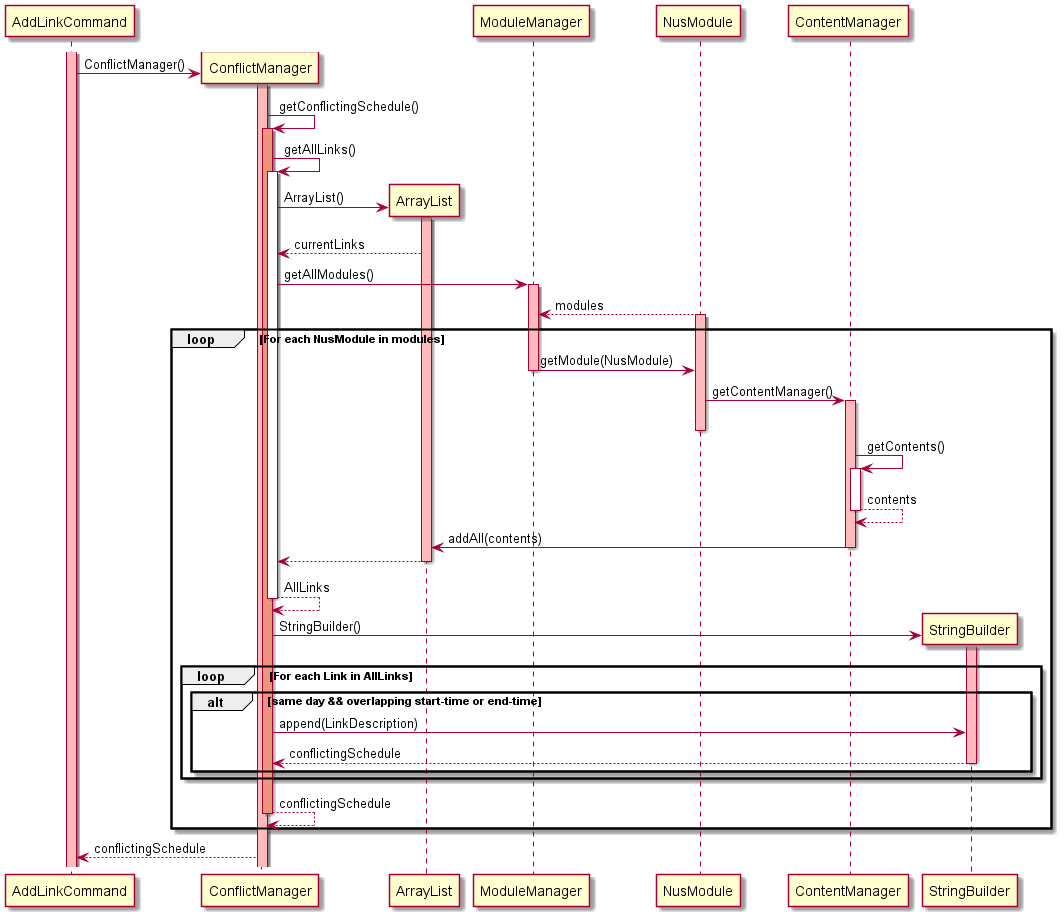
This is docs/attachments/ConflictManagerSequenceDiagram.png from nus-cs2113-AY2122S1/tp, a PlantUML export, as it was before one commit.
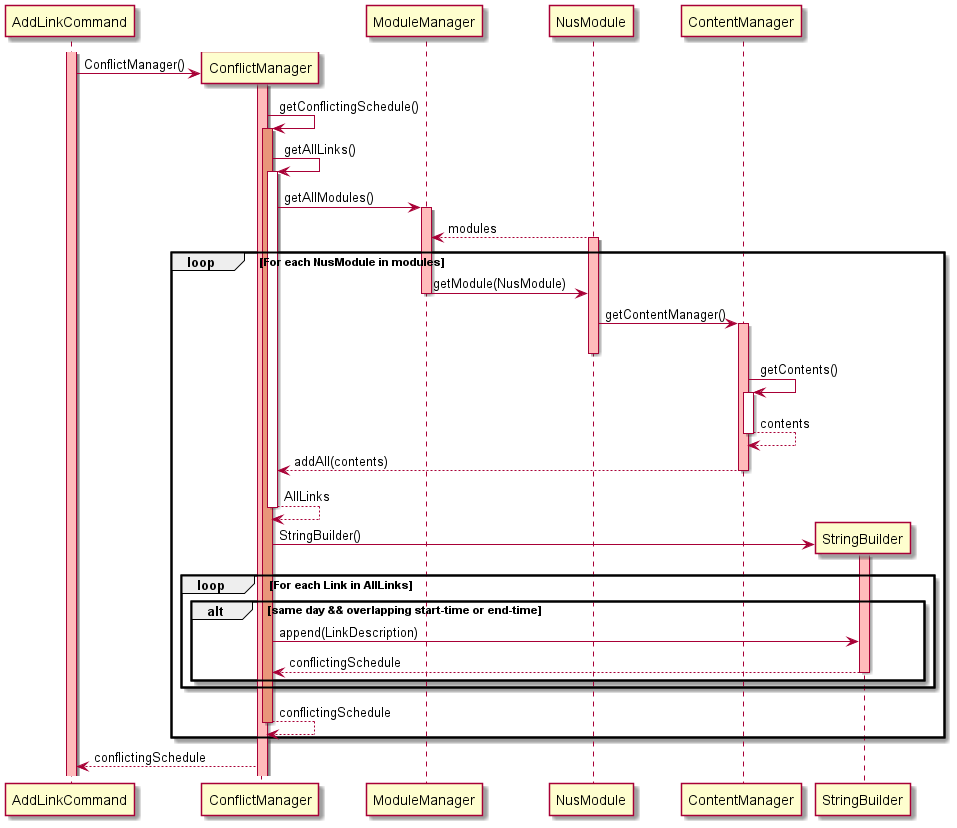
The same file after the commit.

Commit message:
Fix sequence diagram, add design considerations

What changed in the source:
```diff
@@ -9,11 +9,6 @@
 
 ConflictManager -> ConflictManager: getAllLinks()
 Activate ConflictManager
-
-create ArrayList
-ConflictManager -> ArrayList: ArrayList()
-Activate ArrayList #FFBBBB
-ArrayList --> ConflictManager: currentLinks
 
 ConflictManager -> ModuleManager: getAllModules()
 Activate ModuleManager #FFBBBB
@@ -30,10 +25,8 @@
     Activate ContentManager
     ContentManager --> ContentManager: contents
     Deactivate ContentManager
-    ContentManager -> ArrayList: addAll(contents)
+    ContentManager --> ConflictManager: addAll(contents)
     Deactivate ContentManager
-    ArrayList --> ConflictManager
-    Deactivate ArrayList
     ConflictManager --> ConflictManager: AllLinks
     Deactivate ConflictManager
 
```
